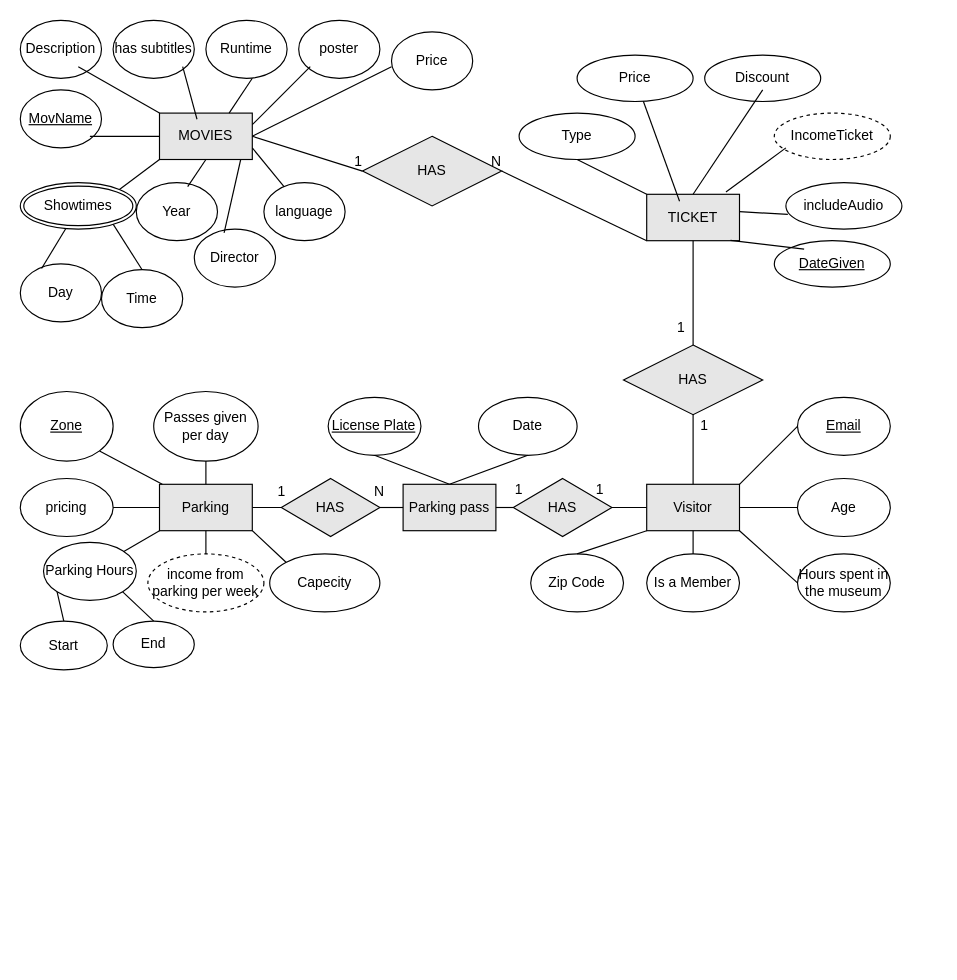
This is Untitled Diagram.drawio from parzival-3x/MuseumDBProject, a draw.io file, before an edit. Source tidied: cells renumbered, new cells numbered last; positions are measured from the earlier drawing's top-left corner, leaving out a move shared by most shapes. Both pictures are drawn from the tidied source at 116%, with x=0, y=0 at pixel (20, 20).
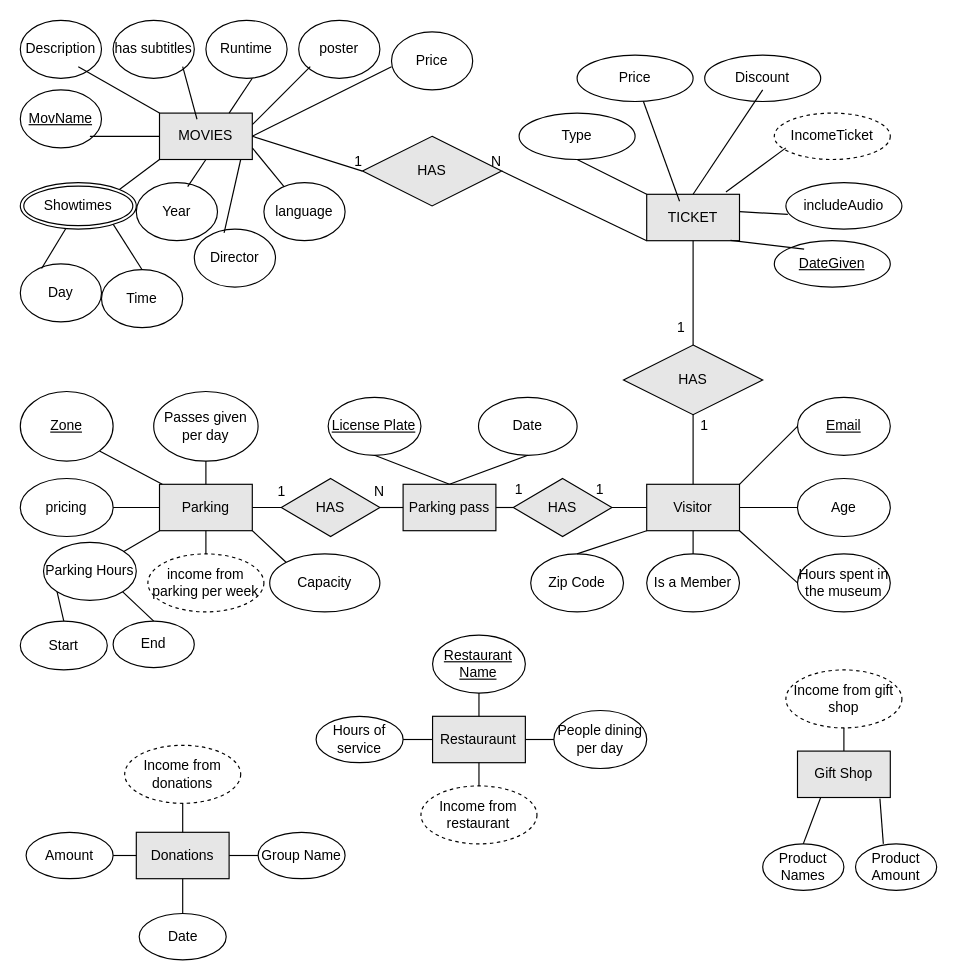
The same page after the edit.

Change to the diagram source:
```diff
@@
-    <mxCell id="72" value="Capecity" style="ellipse;whiteSpace=wrap;html=1;" parent="1" vertex="1">
+    <mxCell id="72" value="Capacity" style="ellipse;whiteSpace=wrap;html=1;" parent="1" vertex="1">
       <mxGeometry x="215" y="460" width="95" height="50" as="geometry" />
     </mxCell>
@@
+    <mxCell id="93" value="Gift Shop" style="rounded=0;whiteSpace=wrap;html=1;labelBackgroundColor=none;fillColor=#E6E6E6;strokeColor=default;align=center;fontColor=default;" parent="1" vertex="1">
+      <mxGeometry x="670" y="630" width="80" height="40" as="geometry" />
+    </mxCell>
+    <mxCell id="94" value="Restauraunt" style="rounded=0;whiteSpace=wrap;html=1;labelBackgroundColor=none;fillColor=#E6E6E6;strokeColor=default;align=center;fontColor=default;" parent="1" vertex="1">
+      <mxGeometry x="355.4" y="600" width="80" height="40" as="geometry" />
+    </mxCell>
+    <mxCell id="95" value="Income from restaurant" style="ellipse;whiteSpace=wrap;html=1;dashed=1;" parent="1" vertex="1">
+      <mxGeometry x="345.4" y="660" width="100" height="50" as="geometry" />
+    </mxCell>
+    <mxCell id="96" style="endArrow=none;html=1;rounded=0;entryX=0.5;entryY=1;entryDx=0;entryDy=0;" parent="1" edge="1" source="95" target="94">
+      <mxGeometry relative="1" as="geometry" />
+    </mxCell>
+    <mxCell id="97" value="Donations" style="rounded=0;whiteSpace=wrap;html=1;labelBackgroundColor=none;fillColor=#E6E6E6;strokeColor=default;align=center;fontColor=default;" parent="1" vertex="1">
+      <mxGeometry x="100" y="700" width="80" height="40" as="geometry" />
+    </mxCell>
+    <mxCell id="98" value="People dining per day" style="ellipse;whiteSpace=wrap;html=1;" parent="1" vertex="1">
+      <mxGeometry x="460" y="595" width="80" height="50" as="geometry" />
+    </mxCell>
+    <mxCell id="99" style="endArrow=none;html=1;rounded=0;entryX=0;entryY=0.5;entryDx=0;entryDy=0;exitX=1;exitY=0.5;exitDx=0;exitDy=0;" parent="1" edge="1" source="94" target="98">
+      <mxGeometry relative="1" as="geometry" />
+    </mxCell>
+    <mxCell id="100" value="&lt;u&gt;Restaurant Name&lt;/u&gt;" style="ellipse;whiteSpace=wrap;html=1;" parent="1" vertex="1">
+      <mxGeometry x="355.4" y="530" width="80" height="50" as="geometry" />
+    </mxCell>
+    <mxCell id="101" style="endArrow=none;html=1;rounded=0;entryX=0.5;entryY=1;entryDx=0;entryDy=0;exitX=0.5;exitY=0;exitDx=0;exitDy=0;" parent="1" edge="1" source="94" target="100">
+      <mxGeometry relative="1" as="geometry" />
+    </mxCell>
+    <mxCell id="102" value="Hours of service" style="ellipse;whiteSpace=wrap;html=1;" parent="1" vertex="1">
+      <mxGeometry x="255" y="600" width="75" height="40" as="geometry" />
+    </mxCell>
+    <mxCell id="103" style="endArrow=none;html=1;rounded=0;entryX=0;entryY=0.5;entryDx=0;entryDy=0;" parent="1" edge="1" source="102" target="94">
+      <mxGeometry relative="1" as="geometry" />
+    </mxCell>
+    <mxCell id="104" value="Income from donations" style="ellipse;whiteSpace=wrap;html=1;dashed=1;" parent="1" vertex="1">
+      <mxGeometry x="90" y="625" width="100" height="50" as="geometry" />
+    </mxCell>
+    <mxCell id="105" value="Income from gift shop" style="ellipse;whiteSpace=wrap;html=1;dashed=1;" parent="1" vertex="1">
+      <mxGeometry x="660" y="560" width="100" height="50" as="geometry" />
+    </mxCell>
+    <mxCell id="106" style="endArrow=none;html=1;rounded=0;exitX=0.5;exitY=1;exitDx=0;exitDy=0;entryX=0.5;entryY=0;entryDx=0;entryDy=0;" parent="1" edge="1" source="104" target="97">
+      <mxGeometry relative="1" as="geometry" />
+    </mxCell>
+    <mxCell id="107" style="endArrow=none;html=1;rounded=0;entryX=0.5;entryY=1;entryDx=0;entryDy=0;exitX=0.5;exitY=0;exitDx=0;exitDy=0;" parent="1" edge="1" source="93" target="105">
+      <mxGeometry relative="1" as="geometry" />
+    </mxCell>
+    <mxCell id="108" value="Product Names" style="ellipse;whiteSpace=wrap;html=1;shadow=0;" parent="1" vertex="1">
+      <mxGeometry x="640" y="710" width="70" height="40" as="geometry" />
+    </mxCell>
+    <mxCell id="109" value="Product Amount" style="ellipse;whiteSpace=wrap;html=1;shadow=0;" parent="1" vertex="1">
+      <mxGeometry x="720" y="710" width="70" height="40" as="geometry" />
+    </mxCell>
+    <mxCell id="110" value="Group Name" style="ellipse;whiteSpace=wrap;html=1;" parent="1" vertex="1">
+      <mxGeometry x="205" y="700" width="75" height="40" as="geometry" />
+    </mxCell>
+    <mxCell id="111" value="Date" style="ellipse;whiteSpace=wrap;html=1;" parent="1" vertex="1">
+      <mxGeometry x="102.5" y="770" width="75" height="40" as="geometry" />
+    </mxCell>
+    <mxCell id="112" value="Amount" style="ellipse;whiteSpace=wrap;html=1;" parent="1" vertex="1">
+      <mxGeometry x="5" y="700" width="75" height="40" as="geometry" />
+    </mxCell>
+    <mxCell id="113" style="endArrow=none;html=1;rounded=0;exitX=0;exitY=0.5;exitDx=0;exitDy=0;entryX=1;entryY=0.5;entryDx=0;entryDy=0;" parent="1" edge="1" source="110" target="97">
+      <mxGeometry relative="1" as="geometry" />
+    </mxCell>
+    <mxCell id="114" style="endArrow=none;html=1;rounded=0;exitX=0.5;exitY=0;exitDx=0;exitDy=0;entryX=0.5;entryY=1;entryDx=0;entryDy=0;" parent="1" edge="1" source="111" target="97">
+      <mxGeometry relative="1" as="geometry" />
+    </mxCell>
+    <mxCell id="115" style="endArrow=none;html=1;rounded=0;exitX=1;exitY=0.5;exitDx=0;exitDy=0;entryX=0;entryY=0.5;entryDx=0;entryDy=0;" parent="1" edge="1" source="112" target="97">
+      <mxGeometry relative="1" as="geometry" />
+    </mxCell>
+    <mxCell id="116" style="endArrow=none;html=1;rounded=0;exitX=0.25;exitY=1;exitDx=0;exitDy=0;entryX=0.5;entryY=0;entryDx=0;entryDy=0;" parent="1" edge="1" source="93" target="108">
+      <mxGeometry relative="1" as="geometry" />
+    </mxCell>
+    <mxCell id="117" style="endArrow=none;html=1;rounded=0;exitX=0.888;exitY=1.025;exitDx=0;exitDy=0;exitPerimeter=0;" parent="1" edge="1" source="93">
+      <mxGeometry relative="1" as="geometry">
+        <mxPoint x="744" y="710" as="targetPoint" />
+      </mxGeometry>
+    </mxCell>
```
